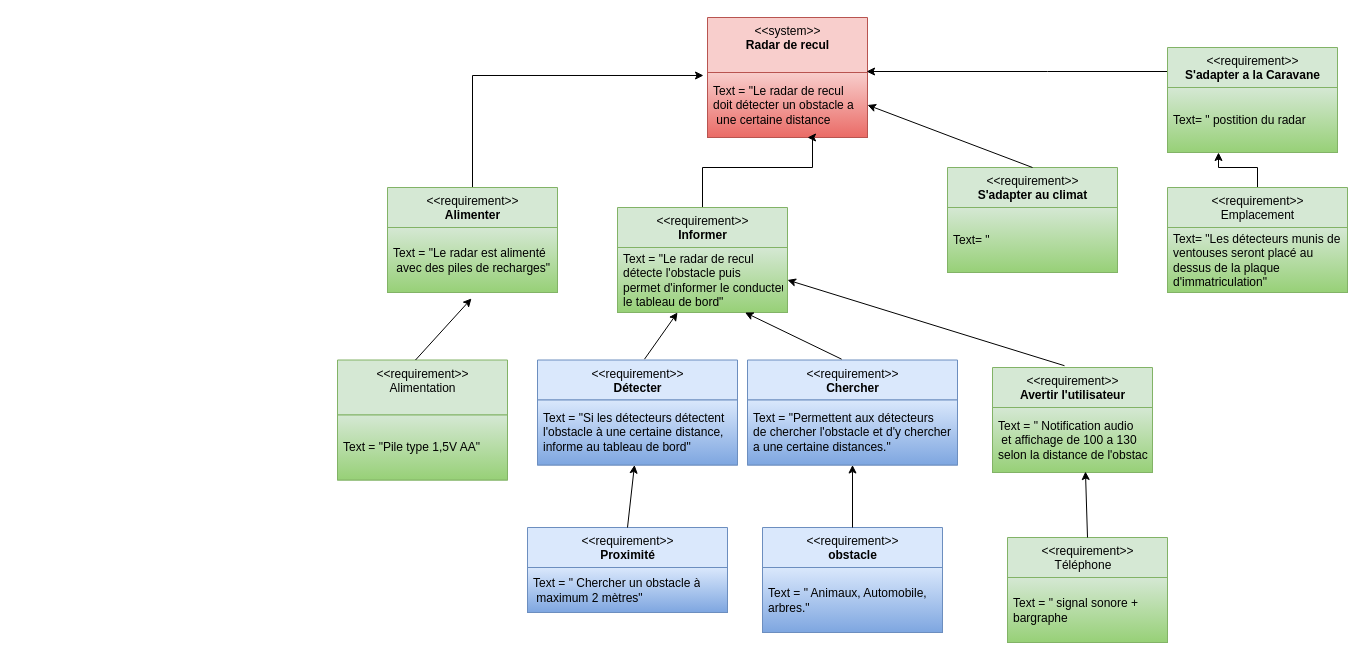
This is Untitled Diagram.drawio from DavidCretois/Radar-recul, a draw.io file, before an edit. Source tidied: cells renumbered, new cells numbered last; positions are measured from the earlier drawing's top-left corner, leaving out a move shared by most shapes. Both pictures are drawn from the tidied source at 100%, with x=0, y=0 at pixel (337, 17).
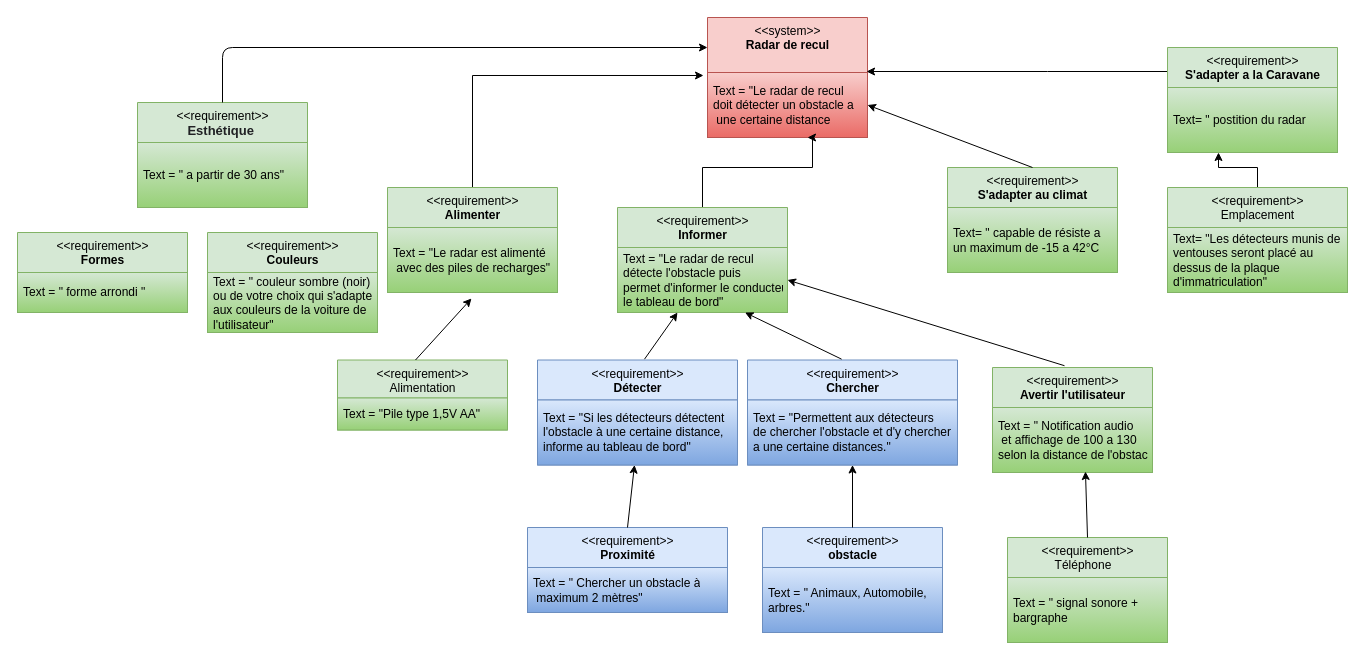
The same diagram, later.

Commit message:
Diagramme d'exigence 4

The change refers to these unchanged cells:
```xml
<mxCell id="2" value="&amp;lt;&amp;lt;system&amp;gt;&amp;gt;&lt;br&gt;&lt;b&gt;Radar de recul&lt;/b&gt;" style="swimlane;fontStyle=0;align=center;verticalAlign=top;horizontal=1;startSize=55;html=1;fillColor=#f8cecc;strokeColor=#b85450;" parent="1" vertex="1">
  <mxGeometry x="370" width="160" height="120" as="geometry" />
</mxCell>
<mxCell id="37" value="&amp;lt;&amp;lt;requirement&amp;gt;&amp;gt;&lt;br&gt;&lt;b&gt;S'adapter au climat&lt;/b&gt;" style="swimlane;fontStyle=0;align=center;verticalAlign=top;horizontal=1;startSize=40;html=1;fillColor=#d5e8d4;strokeColor=#82b366;" parent="1" vertex="1">
  <mxGeometry x="610" y="150" width="170" height="105" as="geometry" />
</mxCell>
```

The edit, as a diff of the source:
```diff
@@
-    <mxCell id="27" value="&amp;lt;&amp;lt;requirement&amp;gt;&amp;gt;&lt;br&gt;Alimentation" style="swimlane;fontStyle=0;align=center;verticalAlign=top;horizontal=1;startSize=55;html=1;fillColor=#d5e8d4;strokeColor=#82b366;" parent="1" vertex="1">
-      <mxGeometry y="342.5" width="170" height="120" as="geometry" />
+    <mxCell id="27" value="&amp;lt;&amp;lt;requirement&amp;gt;&amp;gt;&lt;br&gt;Alimentation" style="swimlane;fontStyle=0;align=center;verticalAlign=top;horizontal=1;startSize=38;html=1;fillColor=#d5e8d4;strokeColor=#82b366;" parent="1" vertex="1">
+      <mxGeometry y="342.5" width="170" height="70" as="geometry" />
     </mxCell>
     <mxCell id="28" value="Text = &quot;Pile type 1,5V AA&quot;" style="text;html=1;strokeColor=#82b366;fillColor=#d5e8d4;align=left;verticalAlign=middle;spacingLeft=4;spacingRight=4;overflow=hidden;gradientColor=#97d077;" parent="27" vertex="1">
-      <mxGeometry y="55" width="170" height="65" as="geometry" />
+      <mxGeometry y="38" width="170" height="32" as="geometry" />
     </mxCell>
@@
-    <mxCell id="38" value="Text= &quot;&amp;nbsp;" style="text;html=1;strokeColor=#82b366;fillColor=#d5e8d4;align=left;verticalAlign=middle;spacingLeft=4;spacingRight=4;overflow=hidden;gradientColor=#97d077;" parent="37" vertex="1">
+    <mxCell id="38" value="Text= &quot; capable de résiste a&amp;nbsp;&lt;br&gt;un maximum de -15 a 42°C" style="text;html=1;strokeColor=#82b366;fillColor=#d5e8d4;align=left;verticalAlign=middle;spacingLeft=4;spacingRight=4;overflow=hidden;gradientColor=#97d077;" parent="37" vertex="1">
       <mxGeometry y="40" width="170" height="65" as="geometry" />
     </mxCell>
@@
+    <mxCell id="40" value="&amp;lt;&amp;lt;requirement&amp;gt;&amp;gt;&lt;br&gt;&lt;span style=&quot;color: rgb(32 , 33 , 36) ; font-family: &amp;#34;arial&amp;#34; , sans-serif ; font-size: small ; text-align: left&quot;&gt;&lt;b&gt;Esthétique&amp;nbsp;&lt;/b&gt;&lt;/span&gt;" style="swimlane;fontStyle=0;align=center;verticalAlign=top;horizontal=1;startSize=40;html=1;fillColor=#d5e8d4;strokeColor=#82b366;" parent="1" vertex="1">
+      <mxGeometry x="-200" y="85" width="170" height="105" as="geometry" />
+    </mxCell>
+    <mxCell id="41" value="Text = &quot; a partir de 30 ans&quot;" style="text;html=1;strokeColor=#82b366;fillColor=#d5e8d4;align=left;verticalAlign=middle;spacingLeft=4;spacingRight=4;overflow=hidden;gradientColor=#97d077;" parent="40" vertex="1">
+      <mxGeometry y="40" width="170" height="65" as="geometry" />
+    </mxCell>
+    <mxCell id="42" style="endArrow=classic;html=1;entryX=0;entryY=0.25;entryDx=0;entryDy=0;exitX=0.5;exitY=0;exitDx=0;exitDy=0;" parent="1" edge="1" source="40" target="2">
+      <mxGeometry relative="1" as="geometry">
+        <Array as="points">
+          <mxPoint x="-115" y="30" />
+        </Array>
+      </mxGeometry>
+    </mxCell>
+    <mxCell id="43" value="&amp;lt;&amp;lt;requirement&amp;gt;&amp;gt;&lt;br&gt;&lt;b&gt;Formes&lt;/b&gt;" style="swimlane;fontStyle=0;align=center;verticalAlign=top;horizontal=1;startSize=40;html=1;fillColor=#d5e8d4;strokeColor=#82b366;" parent="1" vertex="1">
+      <mxGeometry x="-320" y="215" width="170" height="80" as="geometry" />
+    </mxCell>
+    <mxCell id="44" value="Text = &quot; forme arrondi &quot;" style="text;html=1;strokeColor=#82b366;fillColor=#d5e8d4;align=left;verticalAlign=middle;spacingLeft=4;spacingRight=4;overflow=hidden;gradientColor=#97d077;" parent="43" vertex="1">
+      <mxGeometry y="40" width="170" height="40" as="geometry" />
+    </mxCell>
+    <mxCell id="45" value="&amp;lt;&amp;lt;requirement&amp;gt;&amp;gt;&lt;br&gt;&lt;b&gt;Couleurs&lt;/b&gt;" style="swimlane;fontStyle=0;align=center;verticalAlign=top;horizontal=1;startSize=40;html=1;fillColor=#d5e8d4;strokeColor=#82b366;" parent="1" vertex="1">
+      <mxGeometry x="-130" y="215" width="170" height="100" as="geometry" />
+    </mxCell>
+    <mxCell id="46" value="Text = &quot; couleur sombre (noir)&lt;br&gt;ou de votre choix qui s'adapte&lt;br&gt;aux couleurs de la voiture de &lt;br&gt;l'utilisateur&quot;" style="text;html=1;strokeColor=#82b366;fillColor=#d5e8d4;align=left;verticalAlign=middle;spacingLeft=4;spacingRight=4;overflow=hidden;gradientColor=#97d077;" parent="45" vertex="1">
+      <mxGeometry y="40" width="170" height="60" as="geometry" />
+    </mxCell>
```
